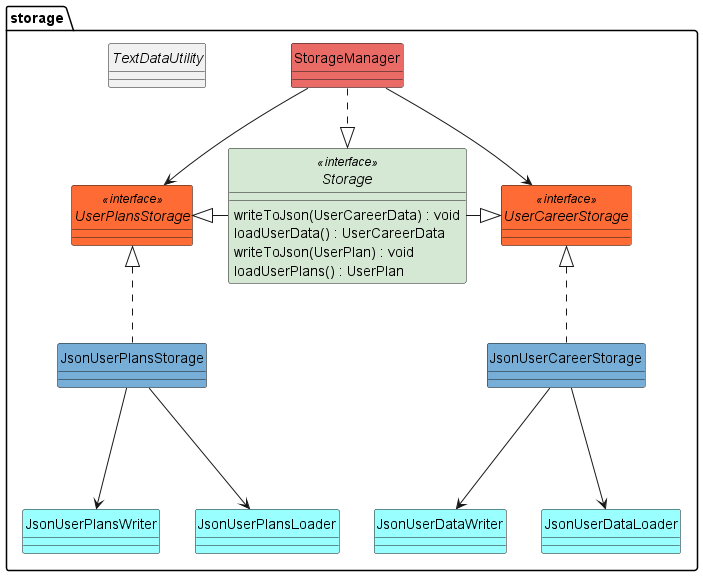
Before: docs/UML/Images/Storage.png, a diagram exported from PlantUML (nus-cs2113-AY2223S2/tp). Source of this version:
```plantuml
@startuml
skinparam classAttributeIconSize 0
hide circle
!include style.puml
class storage.StorageManager MAIN_COLOUR {
}
interface storage.Storage <<interface>> STORAGE_COLOUR {
writeToJson(UserCareerData) : void
loadUserData() : UserCareerData


writeToJson(UserPlan) : void
loadUserPlans() : UserPlan
}
class storage.JsonUserPlansStorage LAPIS {

}
interface storage.UserPlansStorage <<interface>> ORANGE {

}

class storage.JsonUserCareerStorage LAPIS {
}
abstract class storage.TextDataUtility {
}
class storage.JsonUserPlansWriter DATA_COLOUR {
}
interface storage.UserCareerStorage <<interface>> ORANGE {
}
class storage.JsonUserDataWriter DATA_COLOUR {
}
class storage.JsonUserPlansLoader DATA_COLOUR {
}
class storage.JsonUserDataLoader DATA_COLOUR {
}

storage.StorageManager .d.|> storage.Storage
storage.StorageManager --> storage.UserCareerStorage
storage.StorageManager --> storage.UserPlansStorage
storage.UserCareerStorage <|-l- storage.Storage
storage.UserPlansStorage <|-r- storage.Storage
storage.UserPlansStorage <|.. storage.JsonUserPlansStorage

storage.UserCareerStorage <|.. storage.JsonUserCareerStorage

storage.JsonUserCareerStorage -d--> storage.JsonUserDataLoader
storage.JsonUserCareerStorage -d--> storage.JsonUserDataWriter
storage.JsonUserPlansStorage -d--> storage.JsonUserPlansLoader
storage.JsonUserPlansStorage -d--> storage.JsonUserPlansWriter

@enduml
```
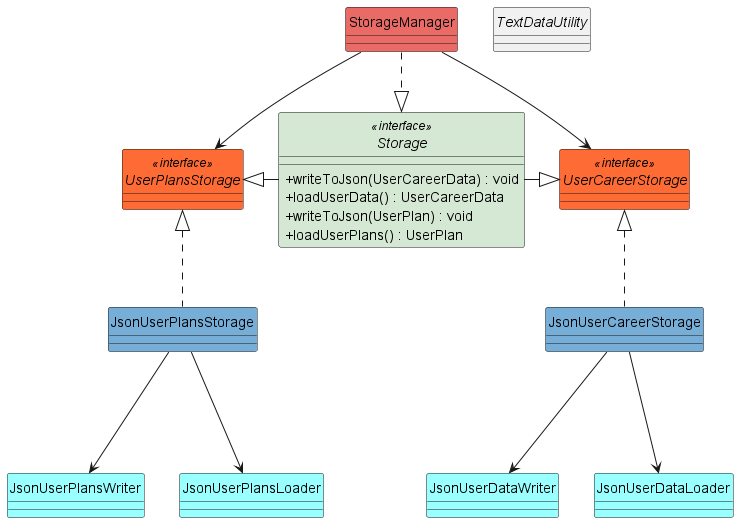
Above is the later version.

Diff of the diagram source:
```diff
@@ -2,50 +2,50 @@
 skinparam classAttributeIconSize 0
 hide circle
 !include style.puml
-class storage.StorageManager MAIN_COLOUR {
+class StorageManager MAIN_COLOUR {
 }
-interface storage.Storage <<interface>> STORAGE_COLOUR {
-writeToJson(UserCareerData) : void
-loadUserData() : UserCareerData
+interface Storage <<interface>> STORAGE_COLOUR {
++writeToJson(UserCareerData) : void
++loadUserData() : UserCareerData
 
 
-writeToJson(UserPlan) : void
-loadUserPlans() : UserPlan
++writeToJson(UserPlan) : void
++loadUserPlans() : UserPlan
 }
-class storage.JsonUserPlansStorage LAPIS {
+class JsonUserPlansStorage LAPIS {
 
 }
-interface storage.UserPlansStorage <<interface>> ORANGE {
+interface UserPlansStorage <<interface>> ORANGE {
 
 }
 
-class storage.JsonUserCareerStorage LAPIS {
+class JsonUserCareerStorage LAPIS {
 }
-abstract class storage.TextDataUtility {
+abstract class TextDataUtility {
 }
-class storage.JsonUserPlansWriter DATA_COLOUR {
+class JsonUserPlansWriter DATA_COLOUR {
 }
-interface storage.UserCareerStorage <<interface>> ORANGE {
+interface UserCareerStorage <<interface>> ORANGE {
 }
-class storage.JsonUserDataWriter DATA_COLOUR {
+class JsonUserDataWriter DATA_COLOUR {
 }
-class storage.JsonUserPlansLoader DATA_COLOUR {
+class JsonUserPlansLoader DATA_COLOUR {
 }
-class storage.JsonUserDataLoader DATA_COLOUR {
+class JsonUserDataLoader DATA_COLOUR {
 }
 
-storage.StorageManager .d.|> storage.Storage
-storage.StorageManager --> storage.UserCareerStorage
-storage.StorageManager --> storage.UserPlansStorage
-storage.UserCareerStorage <|-l- storage.Storage
-storage.UserPlansStorage <|-r- storage.Storage
-storage.UserPlansStorage <|.. storage.JsonUserPlansStorage
+StorageManager .d.|> Storage
+StorageManager --> UserCareerStorage
+StorageManager --> UserPlansStorage
+UserCareerStorage <|-l- Storage
+UserPlansStorage <|-r- Storage
+UserPlansStorage <|.. JsonUserPlansStorage
 
-storage.UserCareerStorage <|.. storage.JsonUserCareerStorage
+UserCareerStorage <|.. JsonUserCareerStorage
 
-storage.JsonUserCareerStorage -d--> storage.JsonUserDataLoader
-storage.JsonUserCareerStorage -d--> storage.JsonUserDataWriter
-storage.JsonUserPlansStorage -d--> storage.JsonUserPlansLoader
-storage.JsonUserPlansStorage -d--> storage.JsonUserPlansWriter
+JsonUserCareerStorage -d--> JsonUserDataLoader
+JsonUserCareerStorage -d--> JsonUserDataWriter
+JsonUserPlansStorage -d--> JsonUserPlansLoader
+JsonUserPlansStorage -d--> JsonUserPlansWriter
 
 @enduml
```
